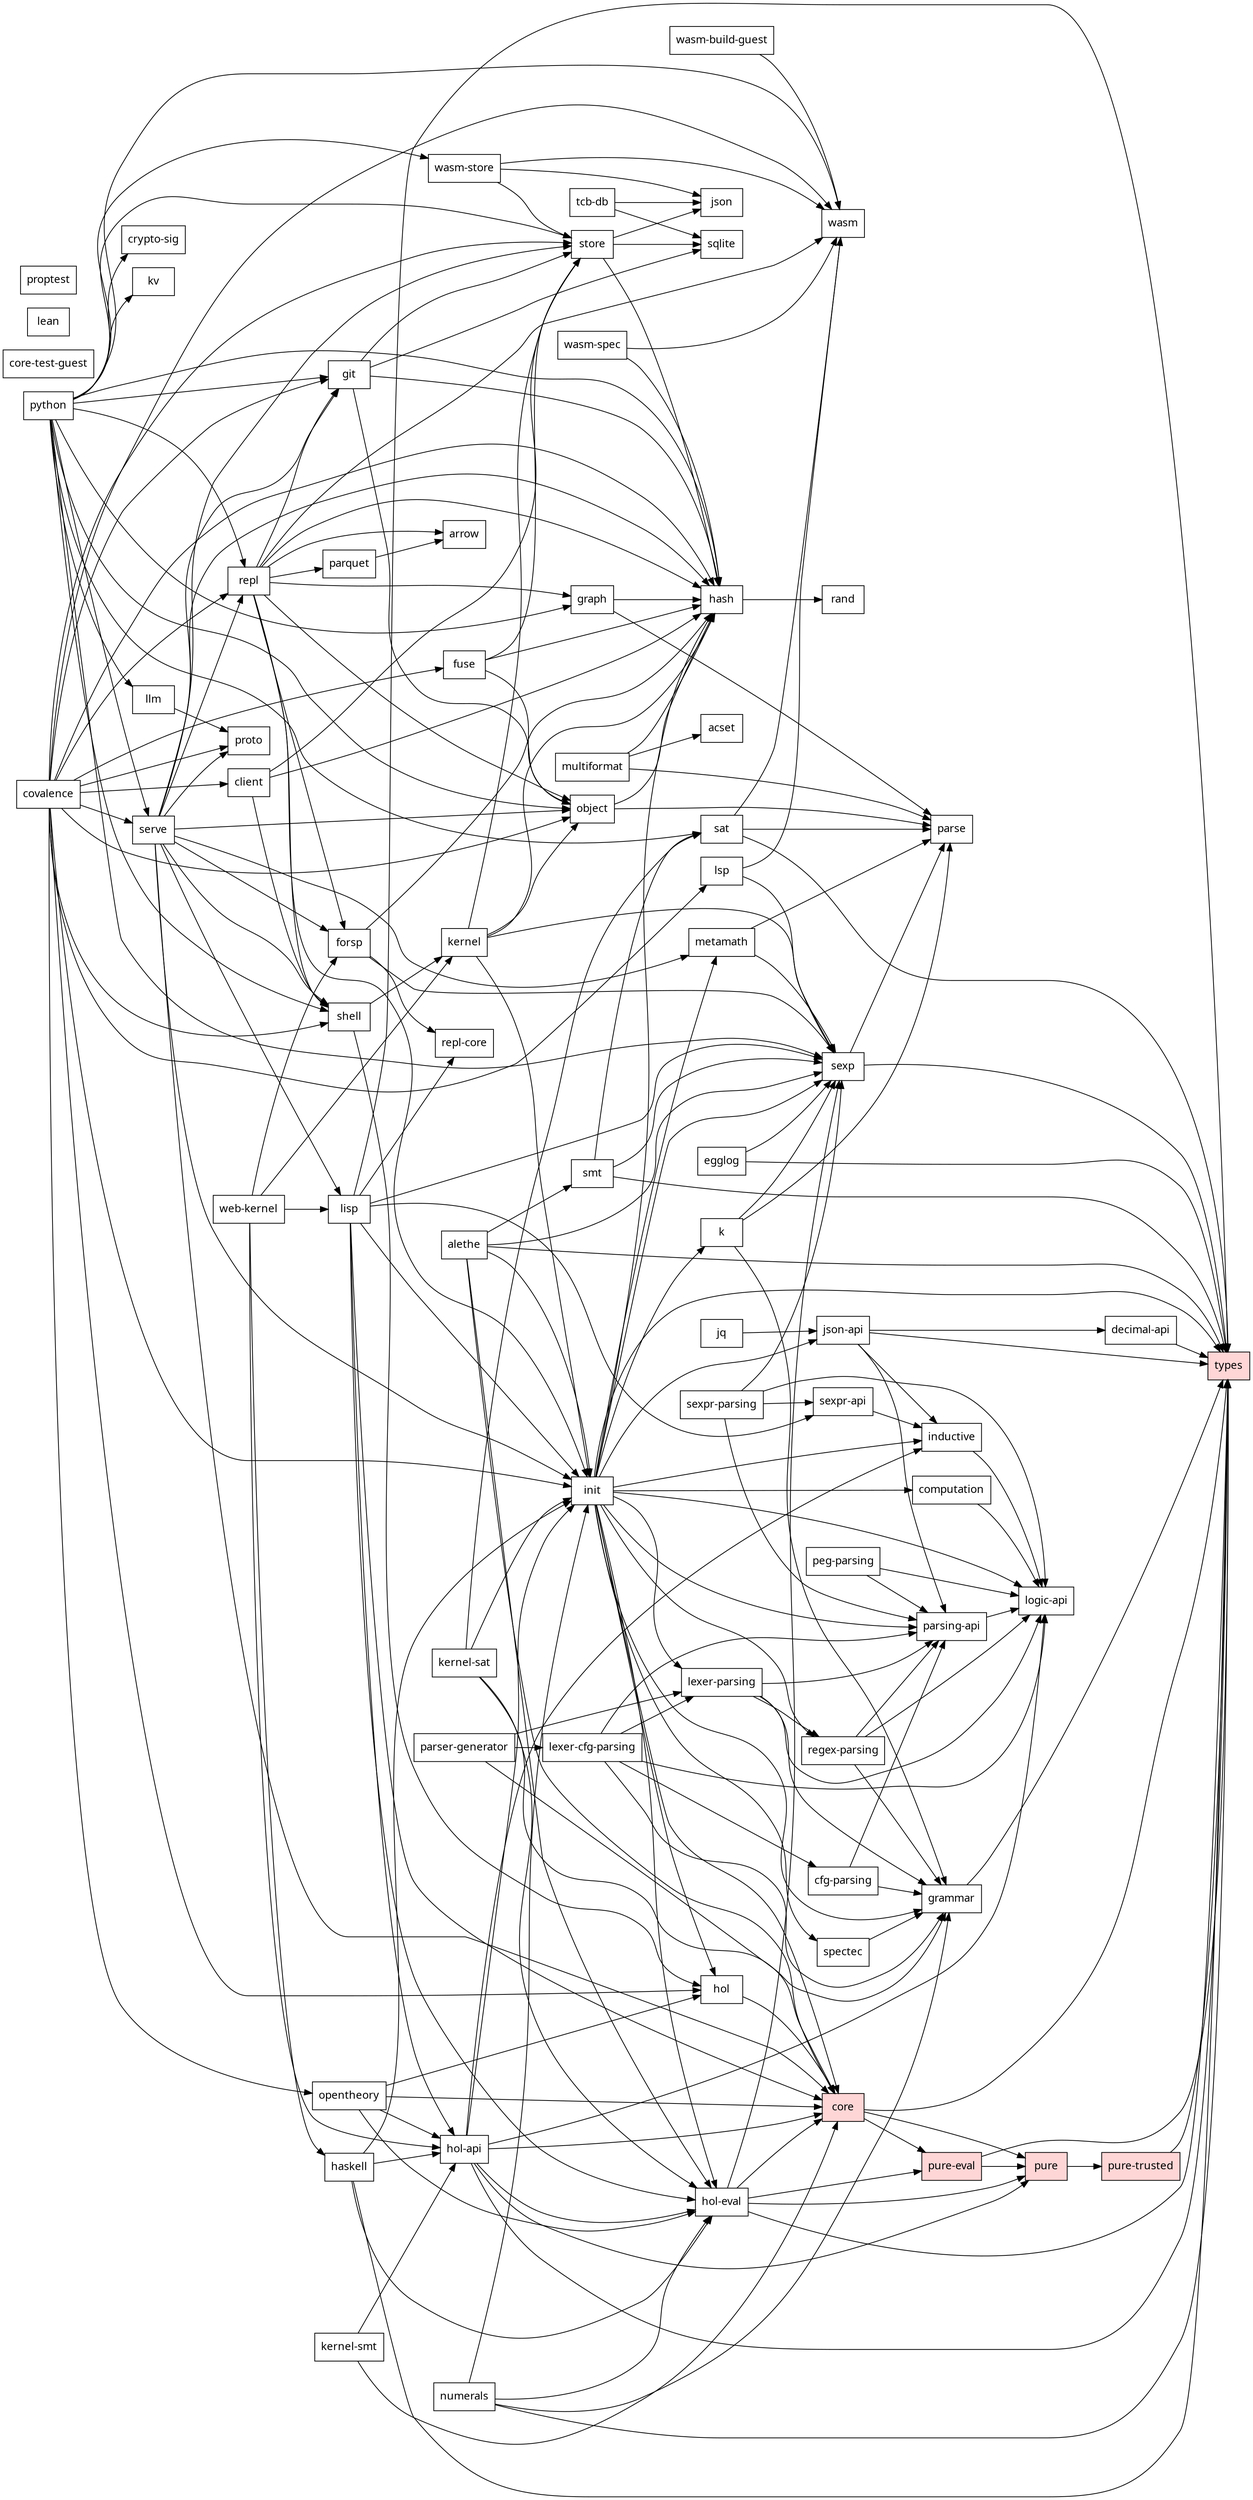
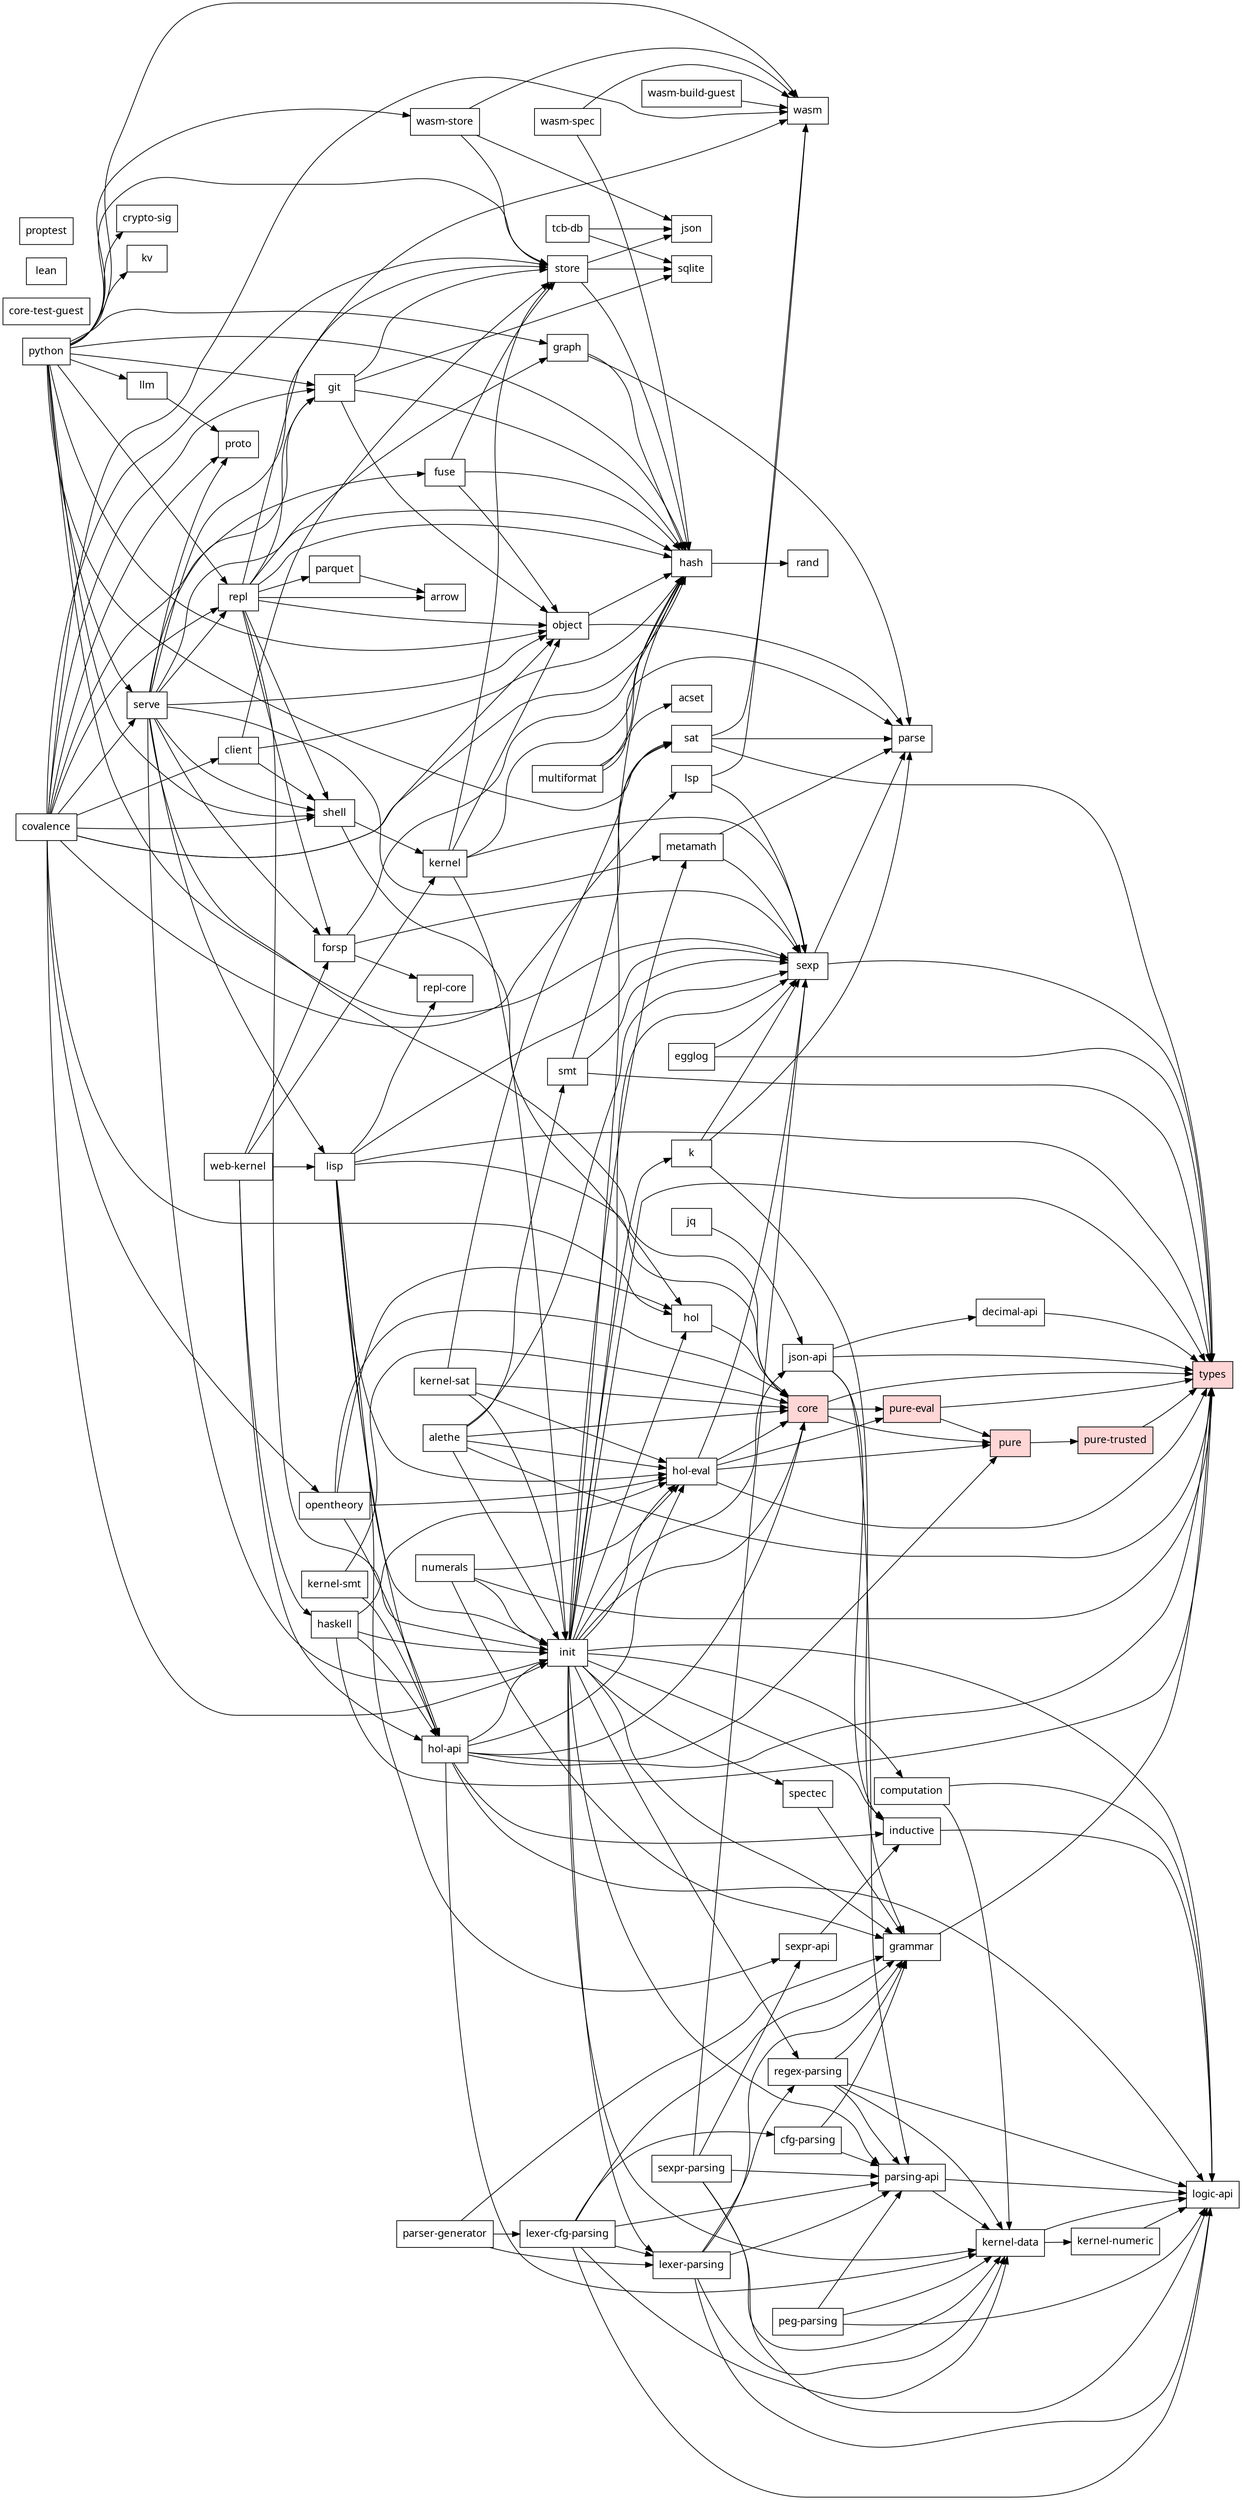
// Generated by scripts/dep-graph.mjs — do not edit (run `bun run deps`).
digraph deps {
  rankdir=LR;
  node [shape=box, fontname="sans-serif"];
  "covalence";
  "acset";
  "alethe";
  "arrow";
  "cfg-parsing";
  "client";
  "computation";
  "core" [style=filled, fillcolor="#ffd6d6"];
  "core-test-guest";
  "crypto-sig";
  "decimal-api";
  "egglog";
  "forsp";
  "fuse";
  "git";
  "grammar";
  "graph";
  "hash";
  "haskell";
  "hol";
  "hol-api";
  "hol-eval";
  "inductive";
  "init";
  "jq";
  "json";
  "json-api";
  "k";
  "kernel";
+   "kernel-data";
+   "kernel-numeric";
  "kernel-sat";
  "kernel-smt";
  "kv";
  "lean";
  "lexer-cfg-parsing";
  "lexer-parsing";
  "lisp";
  "llm";
  "logic-api";
  "lsp";
  "metamath";
  "multiformat";
  "numerals";
  "object";
  "opentheory";
  "parquet";
  "parse";
  "parser-generator";
  "parsing-api";
  "peg-parsing";
  "proptest";
  "proto";
  "pure" [style=filled, fillcolor="#ffd6d6"];
  "pure-eval" [style=filled, fillcolor="#ffd6d6"];
  "pure-trusted" [style=filled, fillcolor="#ffd6d6"];
  "python";
  "rand";
  "regex-parsing";
  "repl";
  "repl-core";
  "sat";
  "serve";
  "sexp";
  "sexpr-api";
  "sexpr-parsing";
  "shell";
  "smt";
  "spectec";
  "sqlite";
  "store";
  "tcb-db";
  "types" [style=filled, fillcolor="#ffd6d6"];
  "wasm";
  "wasm-build-guest";
  "wasm-spec";
  "wasm-store";
  "web-kernel";
  "covalence" -> "client";
  "covalence" -> "fuse";
  "covalence" -> "git";
  "covalence" -> "hash";
  "covalence" -> "hol";
  "covalence" -> "init";
  "covalence" -> "lsp";
  "covalence" -> "object";
  "covalence" -> "opentheory";
  "covalence" -> "proto";
  "covalence" -> "repl";
  "covalence" -> "serve";
  "covalence" -> "shell";
  "covalence" -> "store";
  "covalence" -> "wasm";
  "alethe" -> "core";
  "alethe" -> "hol-eval";
  "alethe" -> "init";
  "alethe" -> "sexp";
  "alethe" -> "smt";
  "alethe" -> "types";
  "cfg-parsing" -> "grammar";
  "cfg-parsing" -> "parsing-api";
  "client" -> "hash";
  "client" -> "shell";
  "client" -> "store";
+   "computation" -> "kernel-data";
  "computation" -> "logic-api";
  "core" -> "pure";
  "core" -> "pure-eval";
  "core" -> "types";
  "decimal-api" -> "types";
  "egglog" -> "sexp";
  "egglog" -> "types";
  "forsp" -> "hash";
  "forsp" -> "repl-core";
  "forsp" -> "sexp";
  "fuse" -> "hash";
  "fuse" -> "object";
  "fuse" -> "store";
  "git" -> "hash";
  "git" -> "object";
  "git" -> "sqlite";
  "git" -> "store";
  "grammar" -> "types";
  "graph" -> "hash";
  "graph" -> "parse";
  "hash" -> "rand";
  "haskell" -> "hol-api";
  "haskell" -> "hol-eval";
  "haskell" -> "init";
  "haskell" -> "types";
  "hol" -> "core";
  "hol-api" -> "core";
  "hol-api" -> "hol-eval";
  "hol-api" -> "inductive";
  "hol-api" -> "init";
+   "hol-api" -> "kernel-data";
  "hol-api" -> "logic-api";
  "hol-api" -> "pure";
  "hol-api" -> "types";
  "hol-eval" -> "core";
  "hol-eval" -> "pure";
  "hol-eval" -> "pure-eval";
  "hol-eval" -> "sexp";
  "hol-eval" -> "types";
  "inductive" -> "logic-api";
  "init" -> "computation";
  "init" -> "core";
  "init" -> "grammar";
  "init" -> "hash";
  "init" -> "hol";
  "init" -> "hol-eval";
  "init" -> "inductive";
  "init" -> "json-api";
  "init" -> "k";
+   "init" -> "kernel-data";
  "init" -> "lexer-parsing";
  "init" -> "logic-api";
  "init" -> "metamath";
  "init" -> "parsing-api";
  "init" -> "regex-parsing";
  "init" -> "sexp";
  "init" -> "spectec";
  "init" -> "types";
  "jq" -> "json-api";
  "json-api" -> "decimal-api";
  "json-api" -> "inductive";
  "json-api" -> "parsing-api";
  "json-api" -> "types";
  "k" -> "grammar";
  "k" -> "parse";
  "k" -> "sexp";
  "kernel" -> "hash";
  "kernel" -> "init";
  "kernel" -> "object";
  "kernel" -> "sexp";
  "kernel" -> "store";
+   "kernel-data" -> "kernel-numeric";
+   "kernel-data" -> "logic-api";
+   "kernel-numeric" -> "logic-api";
  "kernel-sat" -> "core";
  "kernel-sat" -> "hol-eval";
  "kernel-sat" -> "init";
  "kernel-sat" -> "sat";
  "kernel-smt" -> "core";
  "kernel-smt" -> "hol-api";
  "lexer-cfg-parsing" -> "cfg-parsing";
  "lexer-cfg-parsing" -> "grammar";
+   "lexer-cfg-parsing" -> "kernel-data";
  "lexer-cfg-parsing" -> "lexer-parsing";
  "lexer-cfg-parsing" -> "logic-api";
  "lexer-cfg-parsing" -> "parsing-api";
  "lexer-parsing" -> "grammar";
+   "lexer-parsing" -> "kernel-data";
  "lexer-parsing" -> "logic-api";
  "lexer-parsing" -> "parsing-api";
  "lexer-parsing" -> "regex-parsing";
  "lisp" -> "core";
  "lisp" -> "hol-api";
  "lisp" -> "hol-eval";
  "lisp" -> "init";
  "lisp" -> "repl-core";
  "lisp" -> "sexp";
  "lisp" -> "sexpr-api";
  "lisp" -> "types";
  "llm" -> "proto";
  "lsp" -> "sexp";
  "lsp" -> "wasm";
  "metamath" -> "parse";
  "metamath" -> "sexp";
  "multiformat" -> "acset";
  "multiformat" -> "hash";
  "multiformat" -> "parse";
  "numerals" -> "grammar";
  "numerals" -> "hol-eval";
  "numerals" -> "init";
  "numerals" -> "types";
  "object" -> "hash";
  "object" -> "parse";
  "opentheory" -> "core";
  "opentheory" -> "hol";
  "opentheory" -> "hol-api";
  "opentheory" -> "hol-eval";
  "parquet" -> "arrow";
  "parser-generator" -> "grammar";
  "parser-generator" -> "lexer-cfg-parsing";
  "parser-generator" -> "lexer-parsing";
+   "parsing-api" -> "kernel-data";
  "parsing-api" -> "logic-api";
+   "peg-parsing" -> "kernel-data";
  "peg-parsing" -> "logic-api";
  "peg-parsing" -> "parsing-api";
  "pure" -> "pure-trusted";
  "pure-eval" -> "pure";
  "pure-eval" -> "types";
  "pure-trusted" -> "types";
  "python" -> "crypto-sig";
  "python" -> "git";
  "python" -> "graph";
  "python" -> "hash";
  "python" -> "kv";
  "python" -> "llm";
  "python" -> "object";
  "python" -> "repl";
  "python" -> "sat";
  "python" -> "serve";
  "python" -> "sexp";
  "python" -> "shell";
  "python" -> "store";
  "python" -> "wasm";
  "python" -> "wasm-store";
  "regex-parsing" -> "grammar";
+   "regex-parsing" -> "kernel-data";
  "regex-parsing" -> "logic-api";
  "regex-parsing" -> "parsing-api";
  "repl" -> "arrow";
  "repl" -> "forsp";
  "repl" -> "git";
  "repl" -> "graph";
  "repl" -> "hash";
  "repl" -> "init";
  "repl" -> "object";
  "repl" -> "parquet";
  "repl" -> "shell";
  "repl" -> "wasm";
  "sat" -> "parse";
  "sat" -> "types";
  "sat" -> "wasm";
  "serve" -> "core";
  "serve" -> "forsp";
  "serve" -> "git";
  "serve" -> "hash";
  "serve" -> "init";
  "serve" -> "lisp";
  "serve" -> "metamath";
  "serve" -> "object";
  "serve" -> "proto";
  "serve" -> "repl";
  "serve" -> "shell";
  "serve" -> "store";
  "sexp" -> "parse";
  "sexp" -> "types";
  "sexpr-api" -> "inductive";
+   "sexpr-parsing" -> "kernel-data";
  "sexpr-parsing" -> "logic-api";
  "sexpr-parsing" -> "parsing-api";
  "sexpr-parsing" -> "sexp";
  "sexpr-parsing" -> "sexpr-api";
  "shell" -> "hol";
  "shell" -> "kernel";
  "smt" -> "sat";
  "smt" -> "sexp";
  "smt" -> "types";
  "spectec" -> "grammar";
  "store" -> "hash";
  "store" -> "json";
  "store" -> "sqlite";
  "tcb-db" -> "json";
  "tcb-db" -> "sqlite";
  "wasm-build-guest" -> "wasm";
  "wasm-spec" -> "hash";
  "wasm-spec" -> "wasm";
  "wasm-store" -> "json";
  "wasm-store" -> "store";
  "wasm-store" -> "wasm";
  "web-kernel" -> "forsp";
  "web-kernel" -> "haskell";
  "web-kernel" -> "hol-api";
  "web-kernel" -> "kernel";
  "web-kernel" -> "lisp";
}
